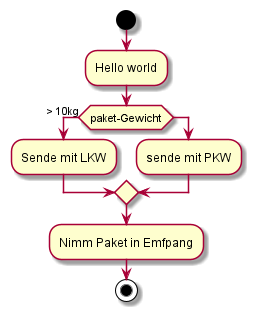
Above: asciidocs/.asciidoctor/images/demo-cld.png in 2122-3bhitm-itp/04-lecture-notes-git-ThomasSpindlerHTL (PlantUML), before the change.
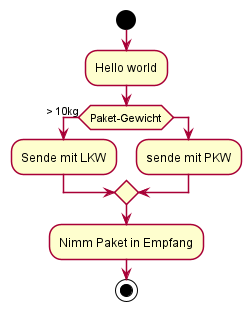
The same file after the commit.

Diff of the diagram source:
```diff
@@ -1,11 +1,14 @@
 @startuml
+skinparam backgroundColor transparent
+skinparam shadowing false
+
 start
 :Hello world;
-if (paket-Gewicht) is (> 10kg) then
+if (Paket-Gewicht) is (> 10kg) then
 :Sende mit LKW;
 else
 :sende mit PKW;
 endif
-:Nimm Paket in Emfpang;
+:Nimm Paket in Empfang;
 stop
 @enduml
```
